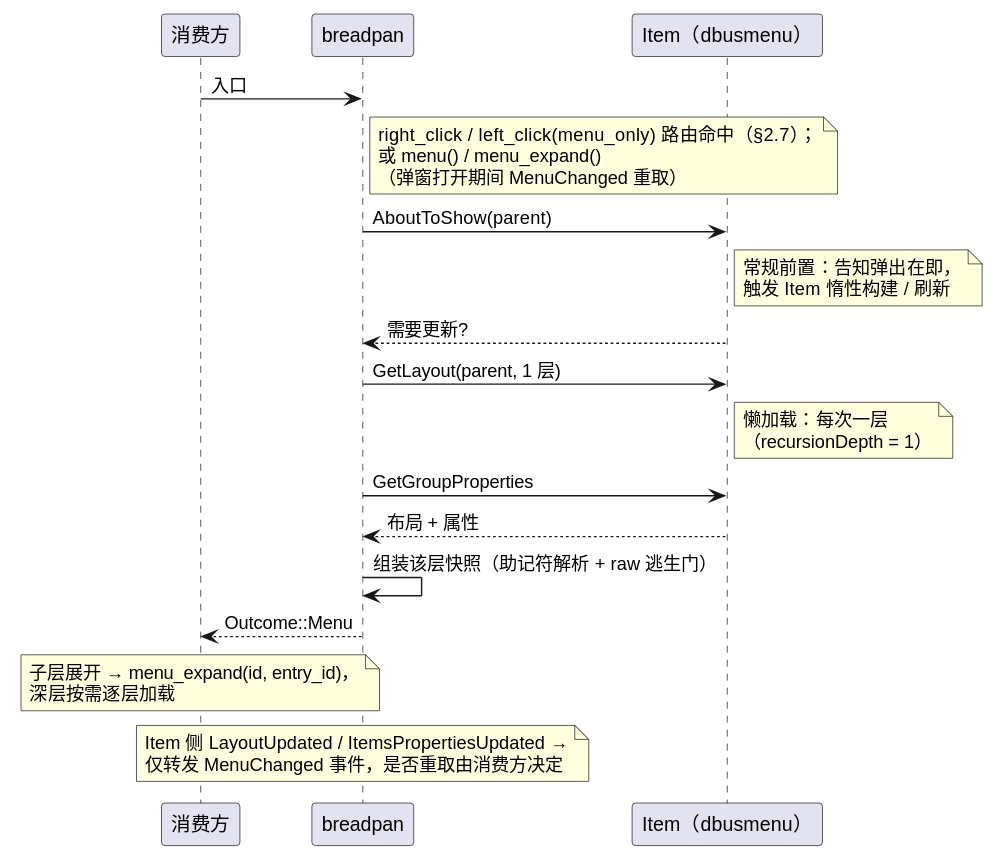
54m43lJ/BreadKnife keeps this PlantUML diagram as breadpan/diagram/breadpan-menu.svg. Above is the earlier version. The source it was exported from:
```plantuml
@startuml
participant 消费方
participant breadpan
participant "Item（dbusmenu）" as item

消费方 -> breadpan: 入口
note right of breadpan
  right_click / left_click(menu_only) 路由命中（§2.7）；
  或 menu() / menu_expand()
  （弹窗打开期间 MenuChanged 重取）
end note
breadpan -> item: AboutToShow(parent)
note right of item
  常规前置：告知弹出在即，
  触发 Item 惰性构建 / 刷新
end note
item --> breadpan: 需要更新?
breadpan -> item: GetLayout(parent, 1 层)
note right of item
  懒加载：每次一层
  （recursionDepth = 1）
end note
breadpan -> item: GetGroupProperties
item --> breadpan: 布局 + 属性
breadpan -> breadpan: 组装该层快照（助记符解析 + raw 逃生门）
breadpan --> 消费方: Outcome::Menu
note over 消费方
  子层展开 → menu_expand(id, entry_id)，
  深层按需逐层加载
end note
note over breadpan
  Item 侧 LayoutUpdated / ItemsPropertiesUpdated →
  仅转发 MenuChanged 事件，是否重取由消费方决定
end note
@enduml
```
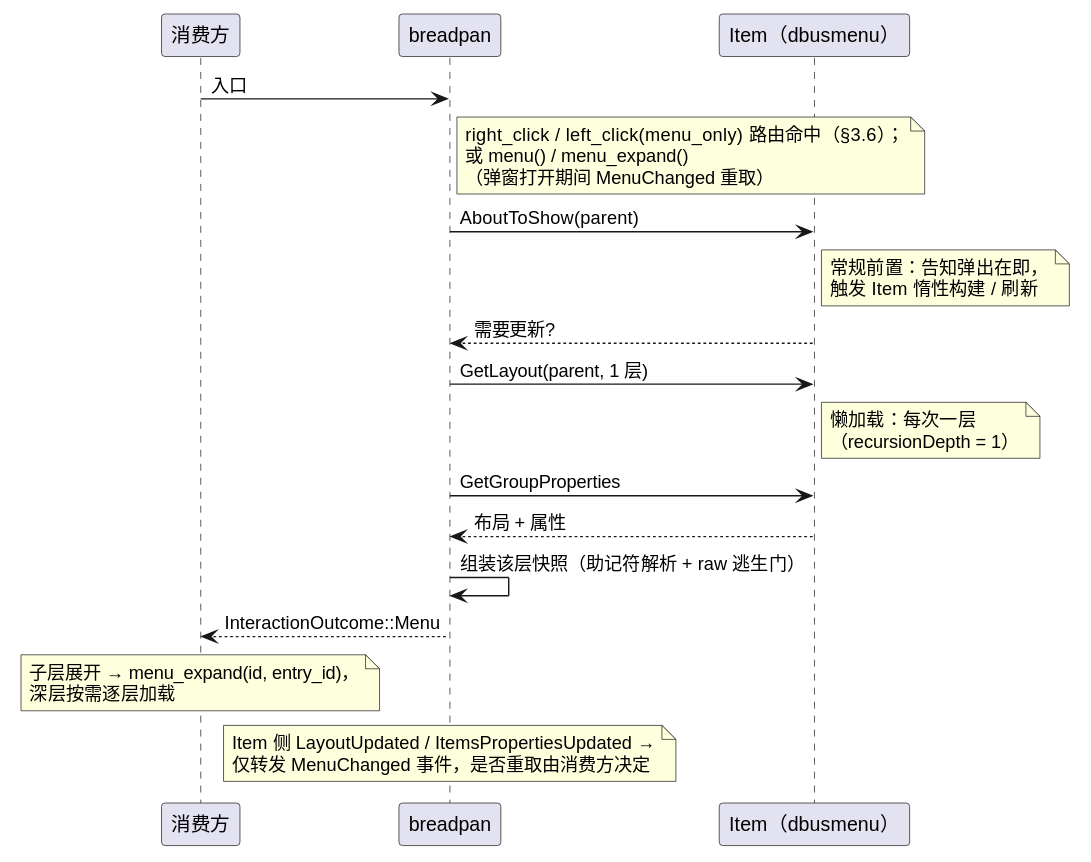
The same diagram one commit later.

The edit, as a diff of the source:
```diff
@@ -5,7 +5,7 @@
 
 消费方 -> breadpan: 入口
 note right of breadpan
-  right_click / left_click(menu_only) 路由命中（§2.7）；
+  right_click / left_click(menu_only) 路由命中（§3.6）；
   或 menu() / menu_expand()
   （弹窗打开期间 MenuChanged 重取）
 end note
@@ -23,7 +23,7 @@
 breadpan -> item: GetGroupProperties
 item --> breadpan: 布局 + 属性
 breadpan -> breadpan: 组装该层快照（助记符解析 + raw 逃生门）
-breadpan --> 消费方: Outcome::Menu
+breadpan --> 消费方: InteractionOutcome::Menu
 note over 消费方
   子层展开 → menu_expand(id, entry_id)，
   深层按需逐层加载
```
